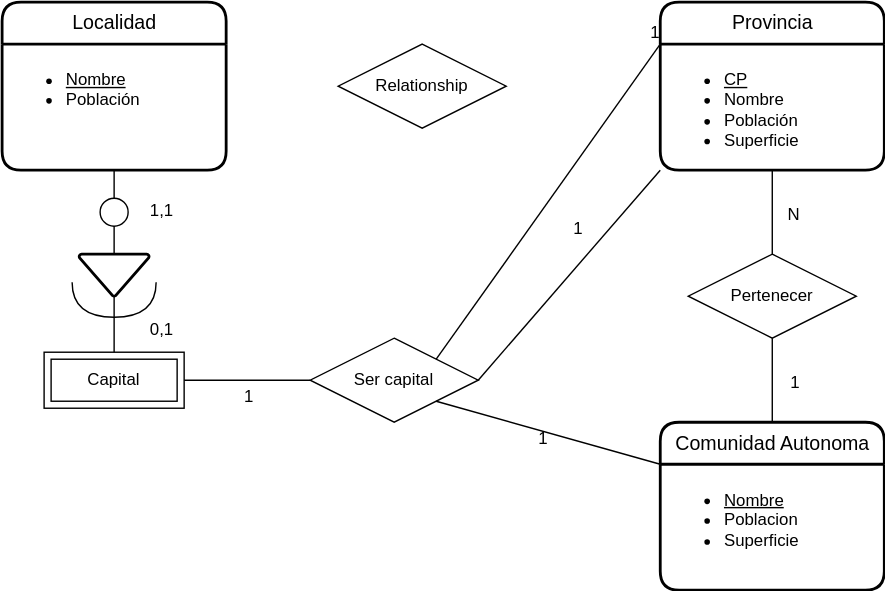
Above: UD12-3.svg in Jimxx22/C3-UD11-UML (draw.io), before the change. Source tidied: cells renumbered, new cells last; positions are measured from the earlier drawing's top-left corner, leaving out a move shared by most shapes.
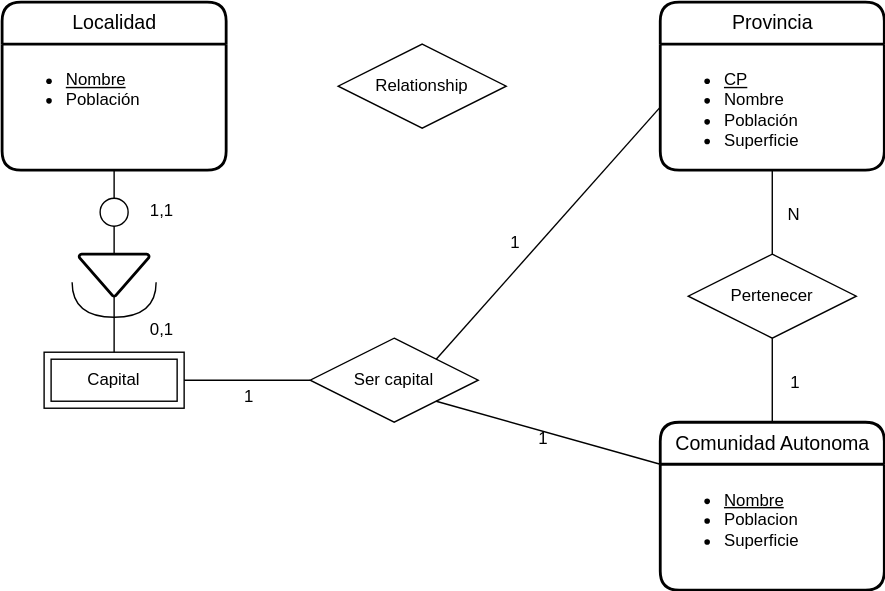
After the commit.

The edit, as a diff of the source:
```diff
@@ -63,14 +63,6 @@
     <mxCell id="20" value="&lt;ul&gt;&lt;li&gt;&lt;u&gt;CP&lt;/u&gt;&lt;/li&gt;&lt;li&gt;Nombre&lt;/li&gt;&lt;li&gt;Población&lt;/li&gt;&lt;li&gt;Superficie&lt;/li&gt;&lt;/ul&gt;" style="align=left;strokeColor=none;fillColor=none;spacingLeft=4;fontSize=12;verticalAlign=top;rounded=0;glass=0;html=1;" parent="19" vertex="1">
       <mxGeometry y="30" width="160" height="90" as="geometry" />
     </mxCell>
-    <mxCell id="21" style="endArrow=none;html=1;rounded=0;exitX=1;exitY=0.5;exitDx=0;exitDy=0;entryX=0;entryY=1;entryDx=0;entryDy=0;" parent="1" edge="1" source="18" target="20">
-      <mxGeometry relative="1" as="geometry" />
-    </mxCell>
-    <mxCell id="22" value="1" style="html=1;align=right;verticalAlign=bottom;" parent="21" vertex="1">
-      <mxGeometry x="1" relative="1" as="geometry">
-        <mxPoint x="-55" y="50" as="offset" />
-      </mxGeometry>
-    </mxCell>
     <mxCell id="23" value="Comunidad Autonoma" style="swimlane;horizontal=1;startSize=30;rounded=1;fontSize=14;fontStyle=0;strokeWidth=2;shadow=0;dashed=0;align=center;glass=0;fillColor=none;html=1;" parent="1" vertex="1">
       <mxGeometry x="470" y="300" width="160" height="120" as="geometry" />
     </mxCell>
@@ -96,11 +88,13 @@
     <mxCell id="29" value="Relationship" style="shape=rhombus;perimeter=rhombusPerimeter;whiteSpace=wrap;html=1;align=center;" parent="1" vertex="1">
       <mxGeometry x="240" y="30" width="120" height="60" as="geometry" />
     </mxCell>
-    <mxCell id="30" style="endArrow=none;html=1;rounded=0;exitX=1;exitY=0;exitDx=0;exitDy=0;entryX=0;entryY=0;entryDx=0;entryDy=0;" parent="1" edge="1" source="18" target="20">
+    <mxCell id="30" style="endArrow=none;html=1;rounded=0;exitX=1;exitY=0;exitDx=0;exitDy=0;entryX=0;entryY=0.5;entryDx=0;entryDy=0;" parent="1" edge="1" source="18" target="20">
       <mxGeometry relative="1" as="geometry" />
     </mxCell>
     <mxCell id="31" value="1" style="html=1;align=right;verticalAlign=bottom;" parent="30" vertex="1">
-      <mxGeometry x="1" relative="1" as="geometry" />
+      <mxGeometry x="1" relative="1" as="geometry">
+        <mxPoint x="-100" y="105" as="offset" />
+      </mxGeometry>
     </mxCell>
   </root>
 </mxGraphModel>
```
